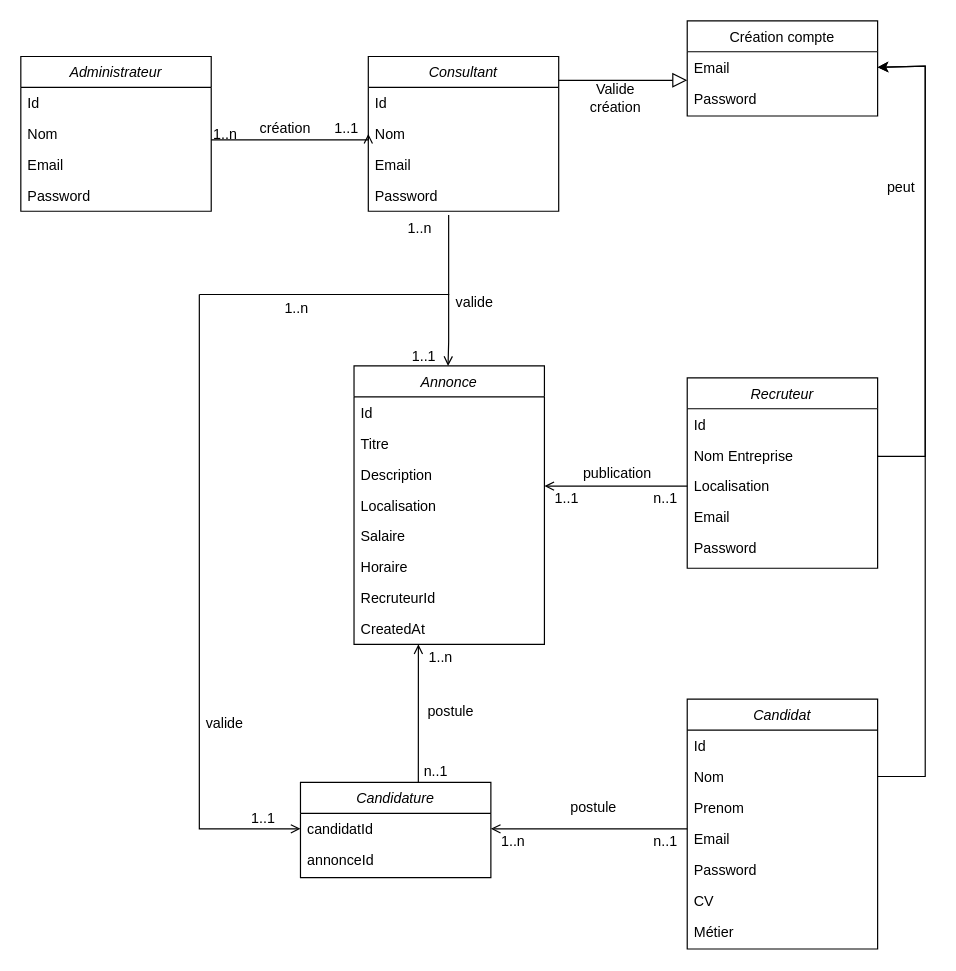
The draw.io diagram Diagram/Diagram_classes.drawio in Damtab83/eval_trt_conseil, before the edit. Source tidied: cells renumbered, new cells numbered last; positions are measured from the earlier drawing's top-left corner, leaving out a move shared by most shapes. Both pictures are drawn from the tidied source at 119%, with x=0, y=0 at pixel (20, 20).
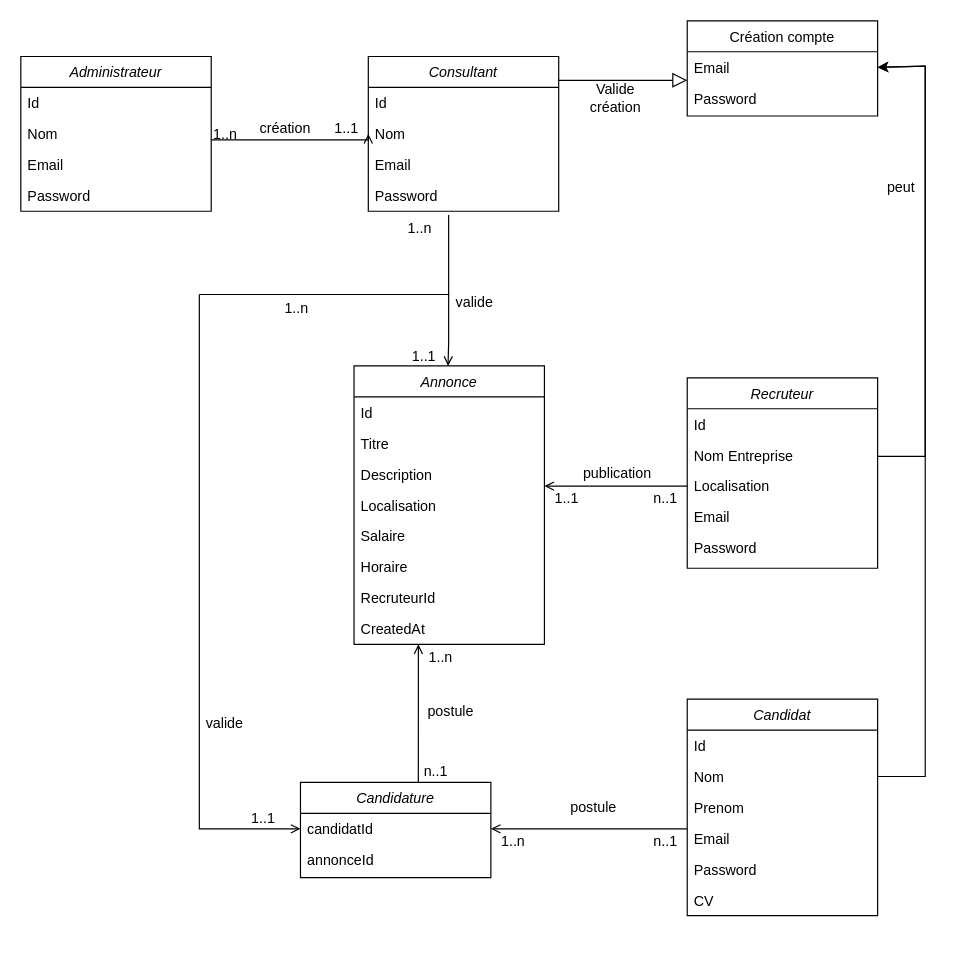
The same page after the edit.

Diff of the diagram source:
```diff
@@
     <mxCell id="22" value="Candidat" style="swimlane;fontStyle=2;align=center;verticalAlign=top;horizontal=1;startSize=26;rounded=0;shadow=0;strokeWidth=1;" parent="1" vertex="1">
-      <mxGeometry x="560" y="570" width="160" height="210" as="geometry" />
+      <mxGeometry x="560" y="570" width="160" height="182" as="geometry" />
     </mxCell>
@@
-    <mxCell id="29" value="Métier" style="text;align=left;verticalAlign=top;spacingLeft=4;spacingRight=4;overflow=hidden;" parent="22" vertex="1">
-      <mxGeometry y="182" width="160" height="26" as="geometry" />
-    </mxCell>
```
